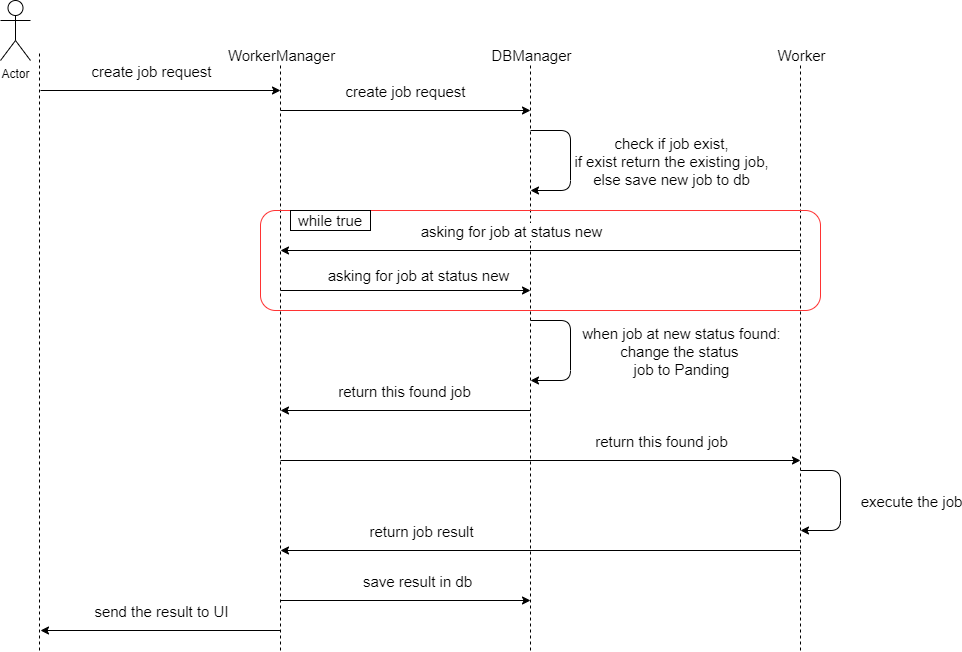
Before: Documentation/newJobFlow.png, a diagram exported from draw.io (PerachBD/WebCrawler). Source tidied: cells renumbered, new cells last; positions are measured from the earlier drawing's top-left corner, leaving out a move shared by most shapes.
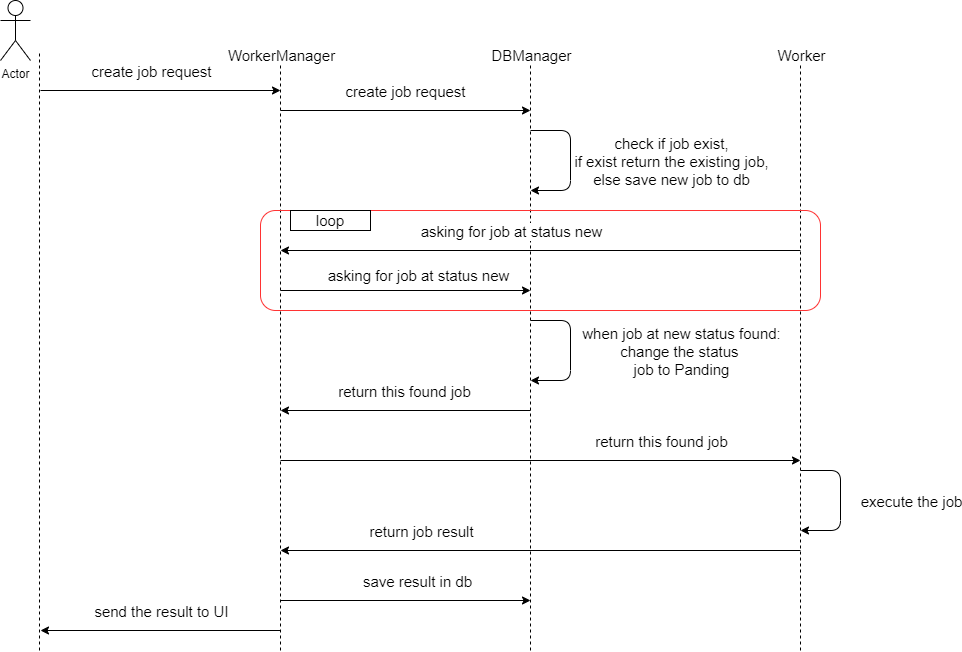
Later version of the same file.

The edit, as a diff of the source:
```diff
@@ -165,7 +165,7 @@
     <mxCell id="30" style="rounded=1;whiteSpace=wrap;html=1;fontSize=15;fillColor=none;strokeColor=#FF3333;" parent="1" vertex="1">
       <mxGeometry x="260" y="210" width="560" height="100" as="geometry" />
     </mxCell>
-    <mxCell id="31" value="while true" style="text;html=1;fillColor=none;align=center;verticalAlign=middle;whiteSpace=wrap;rounded=0;fontSize=15;strokeColor=#000000;" parent="1" vertex="1">
+    <mxCell id="31" value="loop" style="text;html=1;fillColor=none;align=center;verticalAlign=middle;whiteSpace=wrap;rounded=0;fontSize=15;strokeColor=#000000;" parent="1" vertex="1">
       <mxGeometry x="290" y="210" width="80" height="20" as="geometry" />
     </mxCell>
     <mxCell id="32" style="endArrow=classic;html=1;fontSize=15;" parent="1" edge="1">
```
